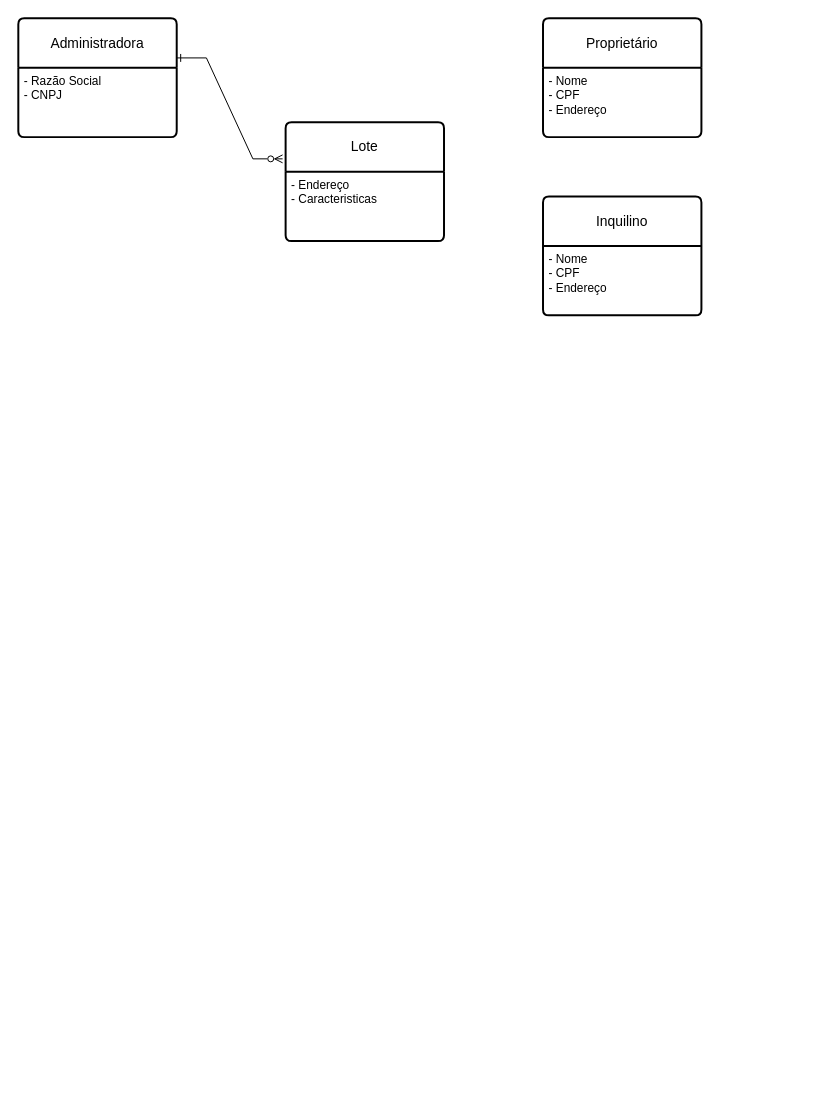
Before: Diagrama sem nome.drawio in rafaelscatolin/Banco-de-Dados-24-03-2023, a draw.io diagram. Source tidied: cells renumbered, new cells numbered last; positions are measured from the earlier drawing's top-left corner, leaving out a move shared by most shapes. Both pictures are drawn from the tidied source at 99%, with x=0, y=0 at pixel (18, 18).
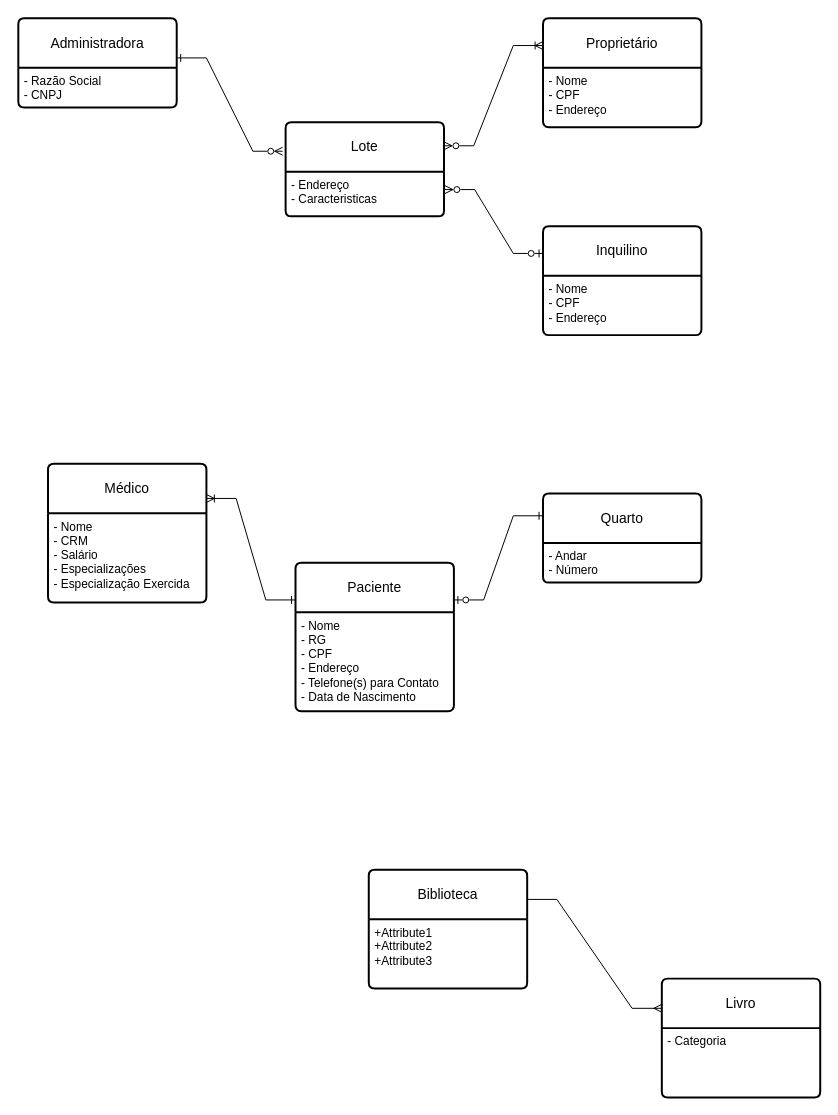
The same diagram, later.

The edit, as a diff of the source:
```diff
@@
     <mxCell id="2" value="Administradora" style="swimlane;horizontal=1;startSize=50;rounded=1;fontSize=14;fontStyle=0;strokeWidth=2;shadow=0;dashed=0;align=center;arcSize=4;whiteSpace=wrap;html=1;" parent="1" vertex="1">
-      <mxGeometry width="160" height="120" as="geometry" />
+      <mxGeometry width="160" height="90" as="geometry" />
     </mxCell>
     <mxCell id="3" value="- Razão Social&lt;br&gt;- CNPJ" style="align=left;strokeColor=none;fillColor=none;spacingLeft=4;fontSize=12;verticalAlign=top;html=1;" parent="2" vertex="1">
-      <mxGeometry y="50" width="160" height="70" as="geometry" />
+      <mxGeometry y="50" width="160" height="40" as="geometry" />
     </mxCell>
     <mxCell id="4" value="Lote" style="swimlane;horizontal=1;startSize=50;rounded=1;fontSize=14;fontStyle=0;strokeWidth=2;shadow=0;dashed=0;align=center;arcSize=4;whiteSpace=wrap;html=1;" parent="1" vertex="1">
-      <mxGeometry x="270" y="105" width="160" height="120" as="geometry" />
+      <mxGeometry x="270" y="105" width="160" height="95" as="geometry" />
     </mxCell>
     <mxCell id="5" value="- Endereço&lt;br&gt;- Caracteristicas" style="align=left;strokeColor=none;fillColor=none;spacingLeft=4;fontSize=12;verticalAlign=top;html=1;" parent="4" vertex="1">
-      <mxGeometry y="50" width="160" height="70" as="geometry" />
+      <mxGeometry y="50" width="160" height="45" as="geometry" />
     </mxCell>
     <mxCell id="6" value="Proprietário" style="swimlane;horizontal=1;startSize=50;rounded=1;fontSize=14;fontStyle=0;strokeWidth=2;shadow=0;dashed=0;align=center;arcSize=4;whiteSpace=wrap;html=1;" parent="1" vertex="1">
-      <mxGeometry x="530" width="160" height="120" as="geometry" />
+      <mxGeometry x="530" width="160" height="110" as="geometry" />
     </mxCell>
     <mxCell id="7" value="- Nome&lt;br&gt;- CPF&lt;br&gt;- Endereço" style="align=left;strokeColor=none;fillColor=none;spacingLeft=4;fontSize=12;verticalAlign=top;html=1;" parent="6" vertex="1">
-      <mxGeometry y="50" width="160" height="70" as="geometry" />
+      <mxGeometry y="50" width="160" height="60" as="geometry" />
     </mxCell>
     <mxCell id="8" value="Inquilino" style="swimlane;horizontal=1;startSize=50;rounded=1;fontSize=14;fontStyle=0;strokeWidth=2;shadow=0;dashed=0;align=center;arcSize=4;whiteSpace=wrap;html=1;" parent="1" vertex="1">
-      <mxGeometry x="530" y="180" width="160" height="120" as="geometry" />
+      <mxGeometry x="530" y="210" width="160" height="110" as="geometry" />
     </mxCell>
     <mxCell id="9" value="- Nome&lt;br style=&quot;border-color: var(--border-color);&quot;&gt;- CPF&lt;br style=&quot;border-color: var(--border-color);&quot;&gt;- Endereço" style="align=left;strokeColor=none;fillColor=none;spacingLeft=4;fontSize=12;verticalAlign=top;html=1;" parent="8" vertex="1">
-      <mxGeometry y="50" width="160" height="70" as="geometry" />
+      <mxGeometry y="50" width="160" height="60" as="geometry" />
     </mxCell>
@@
+    <mxCell id="11" style="edgeStyle=entityRelationEdgeStyle;fontSize=12;html=1;endArrow=ERoneToMany;endFill=0;rounded=0;entryX=0;entryY=0.25;entryDx=0;entryDy=0;exitX=1;exitY=0.25;exitDx=0;exitDy=0;startArrow=ERzeroToMany;startFill=0;" parent="1" edge="1" source="4" target="6">
+      <mxGeometry relative="1" as="geometry" />
+    </mxCell>
+    <mxCell id="12" style="edgeStyle=entityRelationEdgeStyle;fontSize=12;html=1;endArrow=ERzeroToOne;endFill=0;rounded=0;entryX=0;entryY=0.25;entryDx=0;entryDy=0;exitX=1.006;exitY=0.4;exitDx=0;exitDy=0;exitPerimeter=0;startArrow=ERzeroToMany;startFill=0;" parent="1" edge="1" source="5" target="8">
+      <mxGeometry relative="1" as="geometry" />
+    </mxCell>
+    <mxCell id="13" value="Médico" style="swimlane;horizontal=1;startSize=50;rounded=1;fontSize=14;fontStyle=0;strokeWidth=2;shadow=0;dashed=0;align=center;arcSize=4;whiteSpace=wrap;html=1;" parent="1" vertex="1">
+      <mxGeometry x="30" y="450" width="160" height="140" as="geometry" />
+    </mxCell>
+    <mxCell id="14" value="- Nome&lt;br&gt;- CRM&lt;br&gt;- Salário&lt;br&gt;- Especializações&lt;br&gt;- Especialização Exercida" style="align=left;strokeColor=none;fillColor=none;spacingLeft=4;fontSize=12;verticalAlign=top;html=1;" parent="13" vertex="1">
+      <mxGeometry y="50" width="160" height="90" as="geometry" />
+    </mxCell>
+    <mxCell id="15" value="Paciente" style="swimlane;horizontal=1;startSize=50;rounded=1;fontSize=14;fontStyle=0;strokeWidth=2;shadow=0;dashed=0;align=center;arcSize=4;whiteSpace=wrap;html=1;" parent="1" vertex="1">
+      <mxGeometry x="280" y="550" width="160" height="150" as="geometry" />
+    </mxCell>
+    <mxCell id="16" value="- Nome&lt;br&gt;- RG&lt;br&gt;- CPF&lt;br&gt;- Endereço&lt;br&gt;- Telefone(s) para Contato&lt;br&gt;- Data de Nascimento" style="align=left;strokeColor=none;fillColor=none;spacingLeft=4;fontSize=12;verticalAlign=top;html=1;" parent="15" vertex="1">
+      <mxGeometry y="50" width="160" height="100" as="geometry" />
+    </mxCell>
+    <mxCell id="17" value="Quarto" style="swimlane;horizontal=1;startSize=50;rounded=1;fontSize=14;fontStyle=0;strokeWidth=2;shadow=0;dashed=0;align=center;arcSize=4;whiteSpace=wrap;html=1;" parent="1" vertex="1">
+      <mxGeometry x="530" y="480" width="160" height="90" as="geometry" />
+    </mxCell>
+    <mxCell id="18" value="- Andar&lt;br&gt;- Número" style="align=left;strokeColor=none;fillColor=none;spacingLeft=4;fontSize=12;verticalAlign=top;html=1;" parent="17" vertex="1">
+      <mxGeometry y="50" width="160" height="40" as="geometry" />
+    </mxCell>
+    <mxCell id="19" style="edgeStyle=entityRelationEdgeStyle;fontSize=12;html=1;endArrow=ERone;endFill=0;rounded=0;entryX=0;entryY=0.25;entryDx=0;entryDy=0;startArrow=ERoneToMany;startFill=0;exitX=1;exitY=0.25;exitDx=0;exitDy=0;" parent="1" edge="1" source="13" target="15">
+      <mxGeometry relative="1" as="geometry" />
+    </mxCell>
+    <mxCell id="20" style="edgeStyle=entityRelationEdgeStyle;fontSize=12;html=1;endArrow=ERone;endFill=0;rounded=0;exitX=1;exitY=0.25;exitDx=0;exitDy=0;entryX=0;entryY=0.25;entryDx=0;entryDy=0;startArrow=ERzeroToOne;startFill=0;" parent="1" edge="1" source="15" target="17">
+      <mxGeometry relative="1" as="geometry" />
+    </mxCell>
+    <mxCell id="21" value="Biblioteca" style="swimlane;horizontal=1;startSize=50;rounded=1;fontSize=14;fontStyle=0;strokeWidth=2;shadow=0;dashed=0;align=center;arcSize=4;whiteSpace=wrap;html=1;" parent="1" vertex="1">
+      <mxGeometry x="354" y="860" width="160" height="120" as="geometry" />
+    </mxCell>
+    <mxCell id="22" value="+Attribute1&#10;+Attribute2&#10;+Attribute3" style="align=left;strokeColor=none;fillColor=none;spacingLeft=4;fontSize=12;verticalAlign=top;html=1;" parent="21" vertex="1">
+      <mxGeometry y="50" width="160" height="70" as="geometry" />
+    </mxCell>
+    <mxCell id="23" value="Livro" style="swimlane;horizontal=1;startSize=50;rounded=1;fontSize=14;fontStyle=0;strokeWidth=2;shadow=0;dashed=0;align=center;arcSize=4;whiteSpace=wrap;html=1;" parent="1" vertex="1">
+      <mxGeometry x="650" y="970" width="160" height="120" as="geometry" />
+    </mxCell>
+    <mxCell id="24" value="- Categoria" style="align=left;strokeColor=none;fillColor=none;spacingLeft=4;fontSize=12;verticalAlign=top;html=1;" parent="23" vertex="1">
+      <mxGeometry y="50" width="160" height="70" as="geometry" />
+    </mxCell>
+    <mxCell id="25" style="edgeStyle=entityRelationEdgeStyle;fontSize=12;html=1;endArrow=ERmany;endFill=0;rounded=0;exitX=1;exitY=0.25;exitDx=0;exitDy=0;entryX=0;entryY=0.25;entryDx=0;entryDy=0;" parent="1" edge="1" source="21" target="23">
+      <mxGeometry relative="1" as="geometry" />
+    </mxCell>
```
